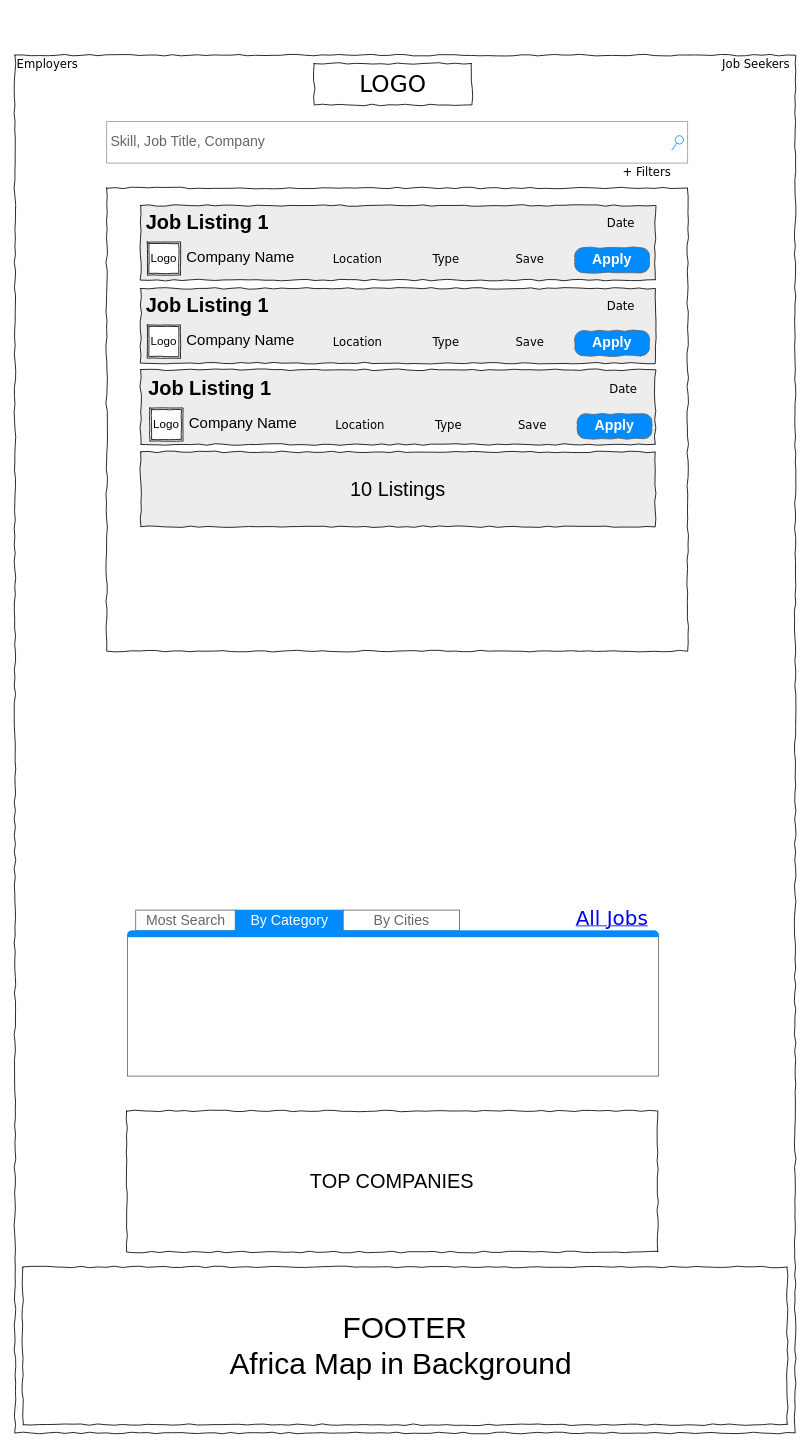
Earlier version of the draw.io diagram page "Home" (1 of 3) of IOJ_home_page.drawio (magantivenkat/draw.io). Source tidied: cells renumbered, new cells numbered last; positions are measured from the earlier drawing's top-left corner, leaving out a move shared by most shapes. Both pictures are drawn from the tidied source at 83%, with x=0, y=0 at pixel (15, 55).
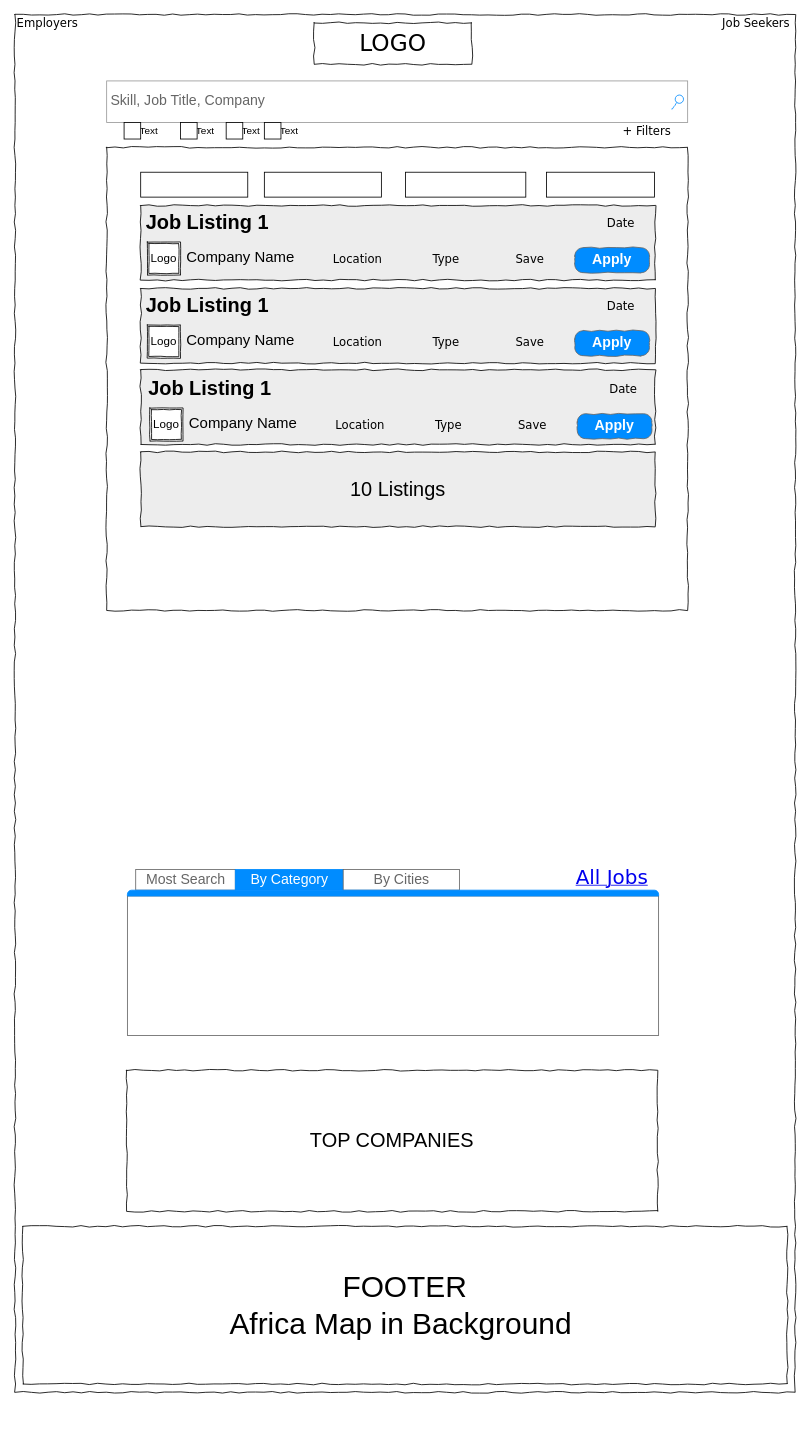
After the change.

What changed in the source:
```diff
@@
     <mxCell id="2" value="&lt;font style=&quot;font-size: 36px&quot;&gt;&lt;br&gt;&lt;br&gt;&lt;/font&gt;" style="whiteSpace=wrap;html=1;rounded=0;shadow=0;labelBackgroundColor=none;strokeColor=#000000;strokeWidth=1;fillColor=none;fontFamily=Verdana;fontSize=12;fontColor=#000000;align=center;comic=1;" parent="1" vertex="1">
-      <mxGeometry x="-0.5" width="940" height="1660" as="geometry" />
+      <mxGeometry x="-0.5" y="-49" width="940" height="1660" as="geometry" />
     </mxCell>
     <mxCell id="3" style="rounded=0;whiteSpace=wrap;html=1;comic=1;fillColor=none;" parent="1" vertex="1">
-      <mxGeometry x="110" y="160" width="700" height="558" as="geometry" />
+      <mxGeometry x="110" y="111" width="700" height="558" as="geometry" />
     </mxCell>
@@
     <mxCell id="5" value="LOGO" style="whiteSpace=wrap;html=1;rounded=0;shadow=0;labelBackgroundColor=none;strokeWidth=1;fontFamily=Verdana;fontSize=28;align=center;comic=1;" parent="1" vertex="1">
-      <mxGeometry x="360" y="10" width="190" height="50" as="geometry" />
+      <mxGeometry x="360" y="-39" width="190" height="50" as="geometry" />
     </mxCell>
     <mxCell id="6" value="Skill, Job Title, Company" style="strokeWidth=1;shadow=0;dashed=0;align=center;html=1;shape=mxgraph.mockup.forms.searchBox;strokeColor=#999999;mainText=;strokeColor2=#008cff;fontColor=#666666;fontSize=17;align=left;spacingLeft=3;rounded=0;labelBackgroundColor=none;comic=1;" parent="1" vertex="1">
-      <mxGeometry x="110" y="80" width="700" height="50" as="geometry" />
+      <mxGeometry x="110" y="31" width="700" height="50" as="geometry" />
     </mxCell>
     <mxCell id="7" value="Job Seekers" style="text;html=1;align=left;verticalAlign=top;spacingTop=-4;fontSize=14;fontFamily=Verdana;" parent="1" vertex="1">
-      <mxGeometry x="850" width="60" height="20" as="geometry" />
+      <mxGeometry x="850" y="-49" width="60" height="20" as="geometry" />
     </mxCell>
     <mxCell id="8" value="Employers" style="text;html=1;align=left;verticalAlign=top;spacingTop=-4;fontSize=14;fontFamily=Verdana;" parent="1" vertex="1">
-      <mxGeometry width="60" height="20" as="geometry" />
+      <mxGeometry y="-49" width="60" height="20" as="geometry" />
     </mxCell>
     <mxCell id="9" value="+ Filters" style="text;html=1;align=left;verticalAlign=top;spacingTop=-4;fontSize=14;fontFamily=Verdana;" parent="1" vertex="1">
-      <mxGeometry x="730" y="130" width="60" height="20" as="geometry" />
+      <mxGeometry x="730" y="81" width="60" height="20" as="geometry" />
     </mxCell>
     <mxCell id="10" value="&lt;span style=&quot;font-family: &amp;#34;verdana&amp;#34; ; font-size: 24px ; text-align: left&quot;&gt;All Jobs&lt;/span&gt;" style="text;html=1;strokeColor=none;fillColor=none;whiteSpace=wrap;align=center;verticalAlign=middle;fontColor=#0000EE;fontStyle=4;comic=1;" parent="1" vertex="1">
-      <mxGeometry x="649" y="1020" width="140" height="40" as="geometry" />
+      <mxGeometry x="649" y="971" width="140" height="40" as="geometry" />
     </mxCell>
@@
     <mxCell id="19" value="&lt;font style=&quot;font-size: 24px&quot;&gt;TOP COMPANIES&lt;/font&gt;" style="rounded=0;whiteSpace=wrap;html=1;comic=1;" parent="1" vertex="1">
-      <mxGeometry x="134" y="1272" width="640" height="170" as="geometry" />
+      <mxGeometry x="134" y="1223" width="640" height="170" as="geometry" />
     </mxCell>
     <mxCell id="20" value="&lt;font style=&quot;font-size: 36px&quot;&gt;FOOTER&lt;br&gt;Africa Map in Background&amp;nbsp;&lt;br&gt;&lt;/font&gt;" style="rounded=0;whiteSpace=wrap;html=1;comic=1;" parent="1" vertex="1">
-      <mxGeometry x="9" y="1460" width="921" height="190" as="geometry" />
+      <mxGeometry x="9" y="1411" width="921" height="190" as="geometry" />
     </mxCell>
     <mxCell id="21" style="strokeWidth=1;shadow=0;dashed=0;align=center;html=1;shape=mxgraph.mockup.containers.marginRect2;rectMarginTop=32;strokeColor=#666666;gradientColor=none;comic=1;" parent="1" vertex="1">
-      <mxGeometry x="135" y="1030" width="640" height="200" as="geometry" />
+      <mxGeometry x="135" y="981" width="640" height="200" as="geometry" />
     </mxCell>
@@
+    <mxCell id="45" style="rounded=0;whiteSpace=wrap;html=1;" parent="1" vertex="1">
+      <mxGeometry x="151" y="141" width="129" height="30" as="geometry" />
+    </mxCell>
+    <mxCell id="46" style="rounded=0;whiteSpace=wrap;html=1;" parent="1" vertex="1">
+      <mxGeometry x="300" y="141" width="141" height="30" as="geometry" />
+    </mxCell>
+    <mxCell id="47" style="rounded=0;whiteSpace=wrap;html=1;" parent="1" vertex="1">
+      <mxGeometry x="470" y="141" width="145" height="30" as="geometry" />
+    </mxCell>
+    <mxCell id="48" style="rounded=0;whiteSpace=wrap;html=1;" parent="1" vertex="1">
+      <mxGeometry x="640" y="141" width="130" height="30" as="geometry" />
+    </mxCell>
+    <mxCell id="49" value="Text" style="text;html=1;strokeColor=none;fillColor=none;align=center;verticalAlign=middle;whiteSpace=wrap;rounded=0;" parent="1" vertex="1">
+      <mxGeometry x="131" y="81" width="60" height="20" as="geometry" />
+    </mxCell>
+    <mxCell id="50" value="Text" style="text;html=1;strokeColor=none;fillColor=none;align=center;verticalAlign=middle;whiteSpace=wrap;rounded=0;" parent="1" vertex="1">
+      <mxGeometry x="300" y="81" width="60" height="20" as="geometry" />
+    </mxCell>
+    <mxCell id="51" value="Text" style="text;html=1;strokeColor=none;fillColor=none;align=center;verticalAlign=middle;whiteSpace=wrap;rounded=0;" parent="1" vertex="1">
+      <mxGeometry x="199" y="81" width="60" height="20" as="geometry" />
+    </mxCell>
+    <mxCell id="52" value="Text" style="text;html=1;strokeColor=none;fillColor=none;align=center;verticalAlign=middle;whiteSpace=wrap;rounded=0;" parent="1" vertex="1">
+      <mxGeometry x="254" y="81" width="60" height="20" as="geometry" />
+    </mxCell>
+    <mxCell id="53" style="rounded=0;whiteSpace=wrap;html=1;" parent="1" vertex="1">
+      <mxGeometry x="131" y="81" width="20" height="20" as="geometry" />
+    </mxCell>
+    <mxCell id="54" style="rounded=0;whiteSpace=wrap;html=1;" parent="1" vertex="1">
+      <mxGeometry x="254" y="81" width="20" height="20" as="geometry" />
+    </mxCell>
+    <mxCell id="55" style="rounded=0;whiteSpace=wrap;html=1;" parent="1" vertex="1">
+      <mxGeometry x="199" y="81" width="20" height="20" as="geometry" />
+    </mxCell>
+    <mxCell id="56" style="rounded=0;whiteSpace=wrap;html=1;" parent="1" vertex="1">
+      <mxGeometry x="300" y="81" width="20" height="20" as="geometry" />
+    </mxCell>
```
